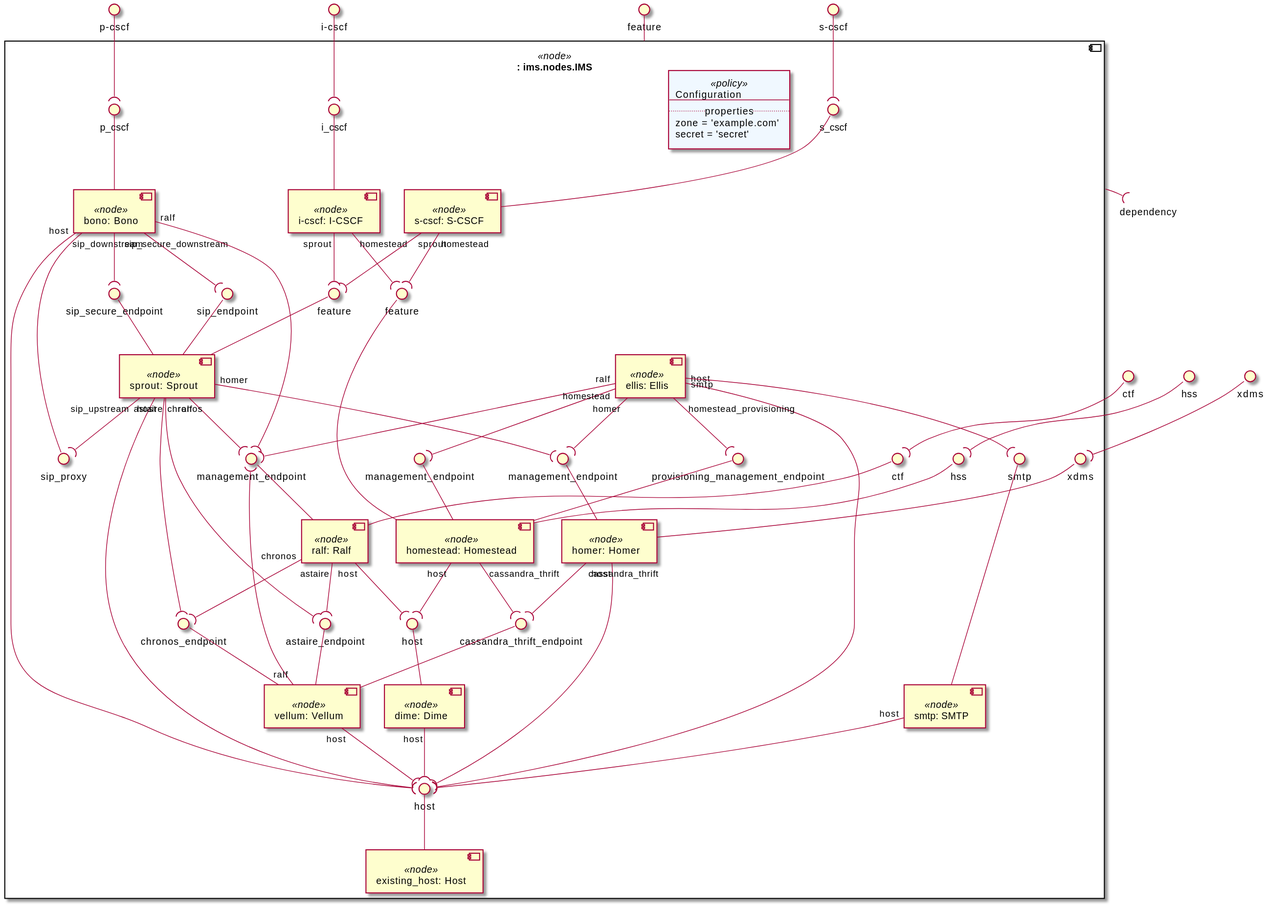
This is examples/ariatosca/diagrams/uml2/clearwater-single-existing-1.0-uml2-component-diagram1.svg from Orange-OpenSource/Cloudnet-TOSCA-toolbox, a PlantUML export, as it was before one commit. The source it was exported from:
```plantuml
@startuml
skinparam componentStyle uml2

interface "feature" as substitution_mappings_feature
interface "p-cscf" as substitution_mappings_p_cscf
interface "i-cscf" as substitution_mappings_i_cscf
interface "s-cscf" as substitution_mappings_s_cscf
interface "hss" as substitution_mappings_hss
interface "ctf" as substitution_mappings_ctf
interface "xdms" as substitution_mappings_xdms
component ": ims.nodes.IMS" <<node>> as substitution_mappings {
component "bono: Bono" <<node>> as node_bono

component "sprout: Sprout" <<node>> as node_sprout

component "dime: Dime" <<node>> as node_dime

component "homestead: Homestead" <<node>> as node_homestead

component "ralf: Ralf" <<node>> as node_ralf

component "homer: Homer" <<node>> as node_homer

component "vellum: Vellum" <<node>> as node_vellum

component "i-cscf: I-CSCF" <<node>> as node_i_cscf

component "s-cscf: S-CSCF" <<node>> as node_s_cscf

component "ellis: Ellis" <<node>> as node_ellis

component "existing_host: Host" <<node>> as node_existing_host

component "smtp: SMTP" <<node>> as node_smtp

interface "sip_endpoint" as node_sprout_sip_endpoint
node_sprout_sip_endpoint -- node_sprout
node_bono "sip_downstream" --( node_sprout_sip_endpoint
interface "sip_secure_endpoint" as node_sprout_sip_secure_endpoint
node_sprout_sip_secure_endpoint -- node_sprout
node_bono "sip_secure_downstream" --( node_sprout_sip_secure_endpoint
interface "management_endpoint" as node_ralf_management_endpoint
node_ralf_management_endpoint -- node_ralf
node_bono "ralf" --( node_ralf_management_endpoint
interface "host" as node_existing_host_host
node_existing_host_host -- node_existing_host
node_bono "host" --( node_existing_host_host
node_sprout "ralf" --( node_ralf_management_endpoint
interface "sip_proxy" as node_bono_sip_proxy
node_bono_sip_proxy -- node_bono
node_sprout "sip_upstream" --( node_bono_sip_proxy
node_sprout "host" --( node_existing_host_host
interface "management_endpoint" as node_homer_management_endpoint
node_homer_management_endpoint -- node_homer
node_sprout "homer" --( node_homer_management_endpoint
interface "chronos_endpoint" as node_vellum_chronos_endpoint
node_vellum_chronos_endpoint -- node_vellum
node_sprout "chronos" --( node_vellum_chronos_endpoint
interface "astaire_endpoint" as node_vellum_astaire_endpoint
node_vellum_astaire_endpoint -- node_vellum
node_sprout "astaire" --( node_vellum_astaire_endpoint
node_dime "host" --( node_existing_host_host
interface "host" as node_dime_host
node_dime_host -- node_dime
node_homestead "host" --( node_dime_host
interface "cassandra_thrift_endpoint" as node_vellum_cassandra_thrift_endpoint
node_vellum_cassandra_thrift_endpoint -- node_vellum
node_homestead "cassandra_thrift" --( node_vellum_cassandra_thrift_endpoint
node_ralf "host" --( node_dime_host
node_ralf "chronos" --( node_vellum_chronos_endpoint
node_ralf "astaire" --( node_vellum_astaire_endpoint
node_homer "host" --( node_existing_host_host
node_homer "cassandra_thrift" --( node_vellum_cassandra_thrift_endpoint
node_vellum "ralf" --( node_ralf_management_endpoint
node_vellum "host" --( node_existing_host_host
interface "feature" as node_sprout_feature
node_sprout_feature -- node_sprout
node_i_cscf "sprout" --( node_sprout_feature
interface "feature" as node_homestead_feature
node_homestead_feature -- node_homestead
node_i_cscf "homestead" --( node_homestead_feature
node_s_cscf "sprout" --( node_sprout_feature
node_s_cscf "homestead" --( node_homestead_feature
node_ellis "ralf" --( node_ralf_management_endpoint
node_ellis "host" --( node_existing_host_host
node_ellis "homer" --( node_homer_management_endpoint
interface "management_endpoint" as node_homestead_management_endpoint
node_homestead_management_endpoint -- node_homestead
node_ellis "homestead" --( node_homestead_management_endpoint
interface "provisioning_management_endpoint" as node_homestead_provisioning_management_endpoint
node_homestead_provisioning_management_endpoint -- node_homestead
node_ellis "homestead_provisioning" --( node_homestead_provisioning_management_endpoint
interface "smtp" as node_smtp_smtp
node_smtp_smtp -- node_smtp
node_ellis "smtp" --( node_smtp_smtp
node_smtp "host" --( node_existing_host_host
agent policy_configuration <<policy>> #AliceBlue [
Configuration
---
.. properties ..
zone = 'example.com'
secret = 'secret'
]
interface "p_cscf" as node_bono_p_cscf
node_bono_p_cscf -- node_bono
interface "i_cscf" as node_i_cscf_i_cscf
node_i_cscf_i_cscf -- node_i_cscf
interface "s_cscf" as node_s_cscf_s_cscf
node_s_cscf_s_cscf -- node_s_cscf
interface "hss" as node_homestead_hss
node_homestead_hss -- node_homestead
interface "ctf" as node_ralf_ctf
node_ralf_ctf -- node_ralf
interface "xdms" as node_homer_xdms
node_homer_xdms -- node_homer
}
substitution_mappings_feature -- substitution_mappings
substitution_mappings_p_cscf --( node_bono_p_cscf
substitution_mappings_i_cscf --( node_i_cscf_i_cscf
substitution_mappings_s_cscf --( node_s_cscf_s_cscf
substitution_mappings_hss --( node_homestead_hss
substitution_mappings_ctf --( node_ralf_ctf
substitution_mappings_xdms --( node_homer_xdms
label " dependency " as  substitution_mappings_dependency0
substitution_mappings  --(  substitution_mappings_dependency0
@enduml
```
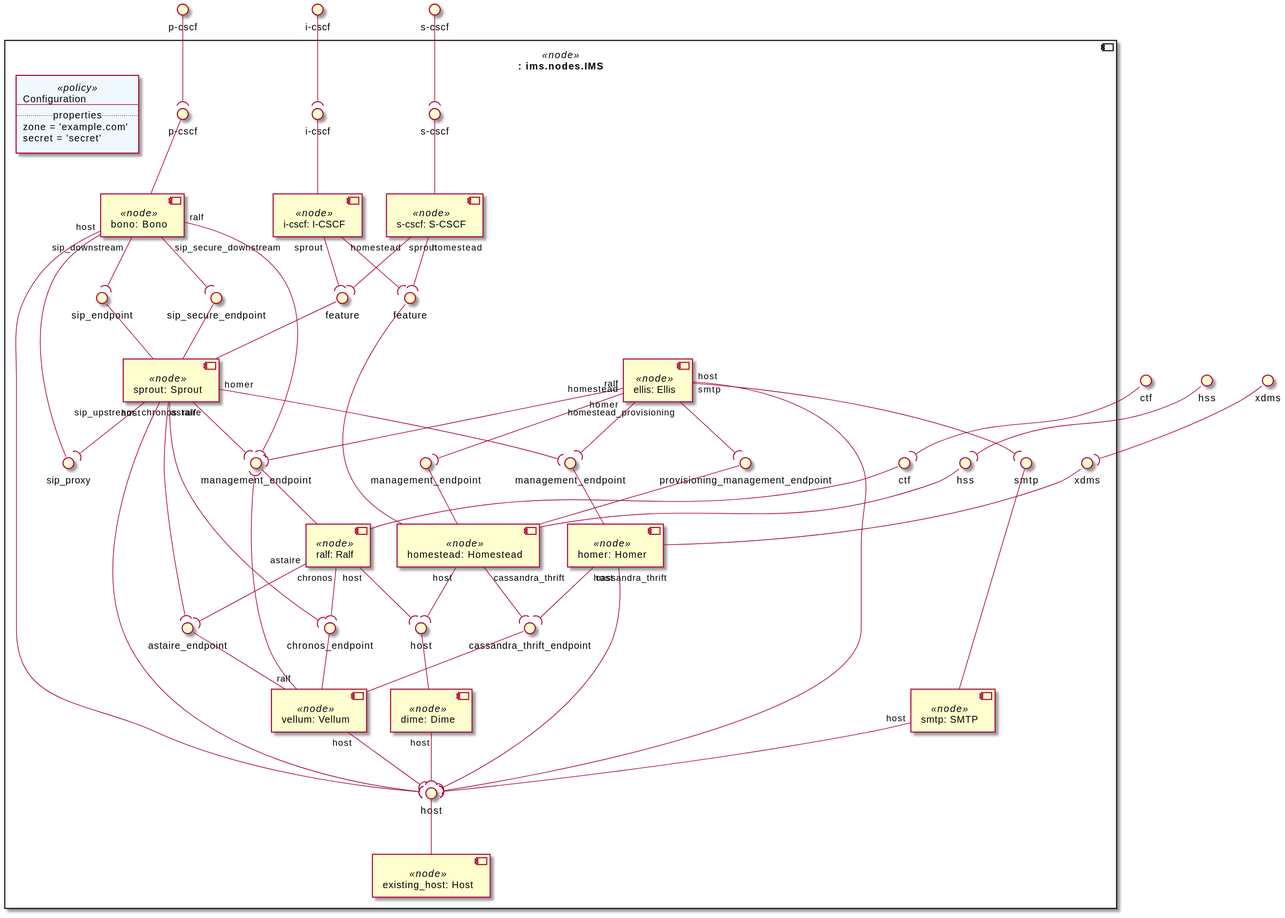
Above is the later version.

Diff of the diagram source:
```diff
@@ -1,7 +1,6 @@
 @startuml
 skinparam componentStyle uml2
 
-interface "feature" as substitution_mappings_feature
 interface "p-cscf" as substitution_mappings_p_cscf
 interface "i-cscf" as substitution_mappings_i_cscf
 interface "s-cscf" as substitution_mappings_s_cscf
@@ -10,61 +9,83 @@
 interface "xdms" as substitution_mappings_xdms
 component ": ims.nodes.IMS" <<node>> as substitution_mappings {
 component "bono: Bono" <<node>> as node_bono
+interface "sip_proxy" as node_bono_sip_proxy
+node_bono_sip_proxy -- node_bono
+interface "p-cscf" as node_bono_p_cscf
+node_bono_p_cscf -- node_bono
 
 component "sprout: Sprout" <<node>> as node_sprout
+interface "feature" as node_sprout_feature
+node_sprout_feature -- node_sprout
+interface "sip_endpoint" as node_sprout_sip_endpoint
+node_sprout_sip_endpoint -- node_sprout
+interface "sip_secure_endpoint" as node_sprout_sip_secure_endpoint
+node_sprout_sip_secure_endpoint -- node_sprout
 
 component "dime: Dime" <<node>> as node_dime
+interface "host" as node_dime_host
+node_dime_host -- node_dime
 
 component "homestead: Homestead" <<node>> as node_homestead
+interface "hss" as node_homestead_hss
+node_homestead_hss -- node_homestead
+interface "management_endpoint" as node_homestead_management_endpoint
+node_homestead_management_endpoint -- node_homestead
+interface "provisioning_management_endpoint" as node_homestead_provisioning_management_endpoint
+node_homestead_provisioning_management_endpoint -- node_homestead
+interface "feature" as node_homestead_feature
+node_homestead_feature -- node_homestead
 
 component "ralf: Ralf" <<node>> as node_ralf
+interface "ctf" as node_ralf_ctf
+node_ralf_ctf -- node_ralf
+interface "management_endpoint" as node_ralf_management_endpoint
+node_ralf_management_endpoint -- node_ralf
 
 component "homer: Homer" <<node>> as node_homer
+interface "xdms" as node_homer_xdms
+node_homer_xdms -- node_homer
+interface "management_endpoint" as node_homer_management_endpoint
+node_homer_management_endpoint -- node_homer
 
 component "vellum: Vellum" <<node>> as node_vellum
+interface "chronos_endpoint" as node_vellum_chronos_endpoint
+node_vellum_chronos_endpoint -- node_vellum
+interface "cassandra_thrift_endpoint" as node_vellum_cassandra_thrift_endpoint
+node_vellum_cassandra_thrift_endpoint -- node_vellum
+interface "astaire_endpoint" as node_vellum_astaire_endpoint
+node_vellum_astaire_endpoint -- node_vellum
 
 component "i-cscf: I-CSCF" <<node>> as node_i_cscf
+interface "i-cscf" as node_i_cscf_i_cscf
+node_i_cscf_i_cscf -- node_i_cscf
 
 component "s-cscf: S-CSCF" <<node>> as node_s_cscf
+interface "s-cscf" as node_s_cscf_s_cscf
+node_s_cscf_s_cscf -- node_s_cscf
 
 component "ellis: Ellis" <<node>> as node_ellis
 
 component "existing_host: Host" <<node>> as node_existing_host
+interface "host" as node_existing_host_host
+node_existing_host_host -- node_existing_host
 
 component "smtp: SMTP" <<node>> as node_smtp
+interface "smtp" as node_smtp_smtp
+node_smtp_smtp -- node_smtp
 
-interface "sip_endpoint" as node_sprout_sip_endpoint
-node_sprout_sip_endpoint -- node_sprout
 node_bono "sip_downstream" --( node_sprout_sip_endpoint
-interface "sip_secure_endpoint" as node_sprout_sip_secure_endpoint
-node_sprout_sip_secure_endpoint -- node_sprout
 node_bono "sip_secure_downstream" --( node_sprout_sip_secure_endpoint
-interface "management_endpoint" as node_ralf_management_endpoint
-node_ralf_management_endpoint -- node_ralf
 node_bono "ralf" --( node_ralf_management_endpoint
-interface "host" as node_existing_host_host
-node_existing_host_host -- node_existing_host
 node_bono "host" --( node_existing_host_host
 node_sprout "ralf" --( node_ralf_management_endpoint
-interface "sip_proxy" as node_bono_sip_proxy
-node_bono_sip_proxy -- node_bono
 node_sprout "sip_upstream" --( node_bono_sip_proxy
 node_sprout "host" --( node_existing_host_host
-interface "management_endpoint" as node_homer_management_endpoint
-node_homer_management_endpoint -- node_homer
 node_sprout "homer" --( node_homer_management_endpoint
-interface "chronos_endpoint" as node_vellum_chronos_endpoint
-node_vellum_chronos_endpoint -- node_vellum
 node_sprout "chronos" --( node_vellum_chronos_endpoint
-interface "astaire_endpoint" as node_vellum_astaire_endpoint
-node_vellum_astaire_endpoint -- node_vellum
 node_sprout "astaire" --( node_vellum_astaire_endpoint
 node_dime "host" --( node_existing_host_host
-interface "host" as node_dime_host
-node_dime_host -- node_dime
 node_homestead "host" --( node_dime_host
-interface "cassandra_thrift_endpoint" as node_vellum_cassandra_thrift_endpoint
-node_vellum_cassandra_thrift_endpoint -- node_vellum
 node_homestead "cassandra_thrift" --( node_vellum_cassandra_thrift_endpoint
 node_ralf "host" --( node_dime_host
 node_ralf "chronos" --( node_vellum_chronos_endpoint
@@ -73,25 +94,15 @@
 node_homer "cassandra_thrift" --( node_vellum_cassandra_thrift_endpoint
 node_vellum "ralf" --( node_ralf_management_endpoint
 node_vellum "host" --( node_existing_host_host
-interface "feature" as node_sprout_feature
-node_sprout_feature -- node_sprout
 node_i_cscf "sprout" --( node_sprout_feature
-interface "feature" as node_homestead_feature
-node_homestead_feature -- node_homestead
 node_i_cscf "homestead" --( node_homestead_feature
 node_s_cscf "sprout" --( node_sprout_feature
 node_s_cscf "homestead" --( node_homestead_feature
 node_ellis "ralf" --( node_ralf_management_endpoint
 node_ellis "host" --( node_existing_host_host
 node_ellis "homer" --( node_homer_management_endpoint
-interface "management_endpoint" as node_homestead_management_endpoint
-node_homestead_management_endpoint -- node_homestead
 node_ellis "homestead" --( node_homestead_management_endpoint
-interface "provisioning_management_endpoint" as node_homestead_provisioning_management_endpoint
-node_homestead_provisioning_management_endpoint -- node_homestead
 node_ellis "homestead_provisioning" --( node_homestead_provisioning_management_endpoint
-interface "smtp" as node_smtp_smtp
-node_smtp_smtp -- node_smtp
 node_ellis "smtp" --( node_smtp_smtp
 node_smtp "host" --( node_existing_host_host
 agent policy_configuration <<policy>> #AliceBlue [
@@ -101,26 +112,11 @@
 zone = 'example.com'
 secret = 'secret'
 ]
-interface "p_cscf" as node_bono_p_cscf
-node_bono_p_cscf -- node_bono
-interface "i_cscf" as node_i_cscf_i_cscf
-node_i_cscf_i_cscf -- node_i_cscf
-interface "s_cscf" as node_s_cscf_s_cscf
-node_s_cscf_s_cscf -- node_s_cscf
-interface "hss" as node_homestead_hss
-node_homestead_hss -- node_homestead
-interface "ctf" as node_ralf_ctf
-node_ralf_ctf -- node_ralf
-interface "xdms" as node_homer_xdms
-node_homer_xdms -- node_homer
 }
-substitution_mappings_feature -- substitution_mappings
 substitution_mappings_p_cscf --( node_bono_p_cscf
 substitution_mappings_i_cscf --( node_i_cscf_i_cscf
 substitution_mappings_s_cscf --( node_s_cscf_s_cscf
 substitution_mappings_hss --( node_homestead_hss
 substitution_mappings_ctf --( node_ralf_ctf
 substitution_mappings_xdms --( node_homer_xdms
-label " dependency " as  substitution_mappings_dependency0
-substitution_mappings  --(  substitution_mappings_dependency0
 @enduml
```
